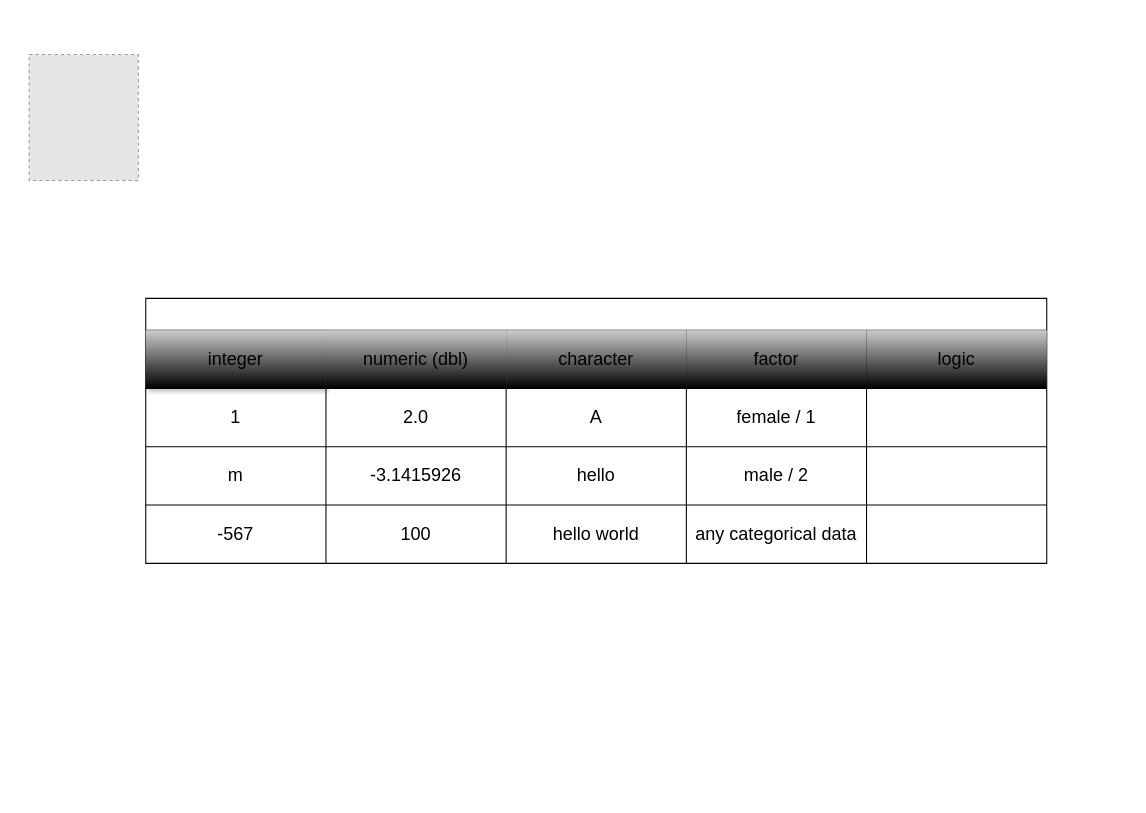
The draw.io diagram drawio/R-data-table-illustration.drawio in oceanumeric/data-science-go-small, before the edit. Source tidied: cells renumbered, new cells numbered last; positions are measured from the earlier drawing's top-left corner, leaving out a move shared by most shapes. Both pictures are drawn from the tidied source at 106%, with x=0, y=0 at pixel (29, 54). Pictures stored in the file or linked from it are replaced by grey dashed boxes.
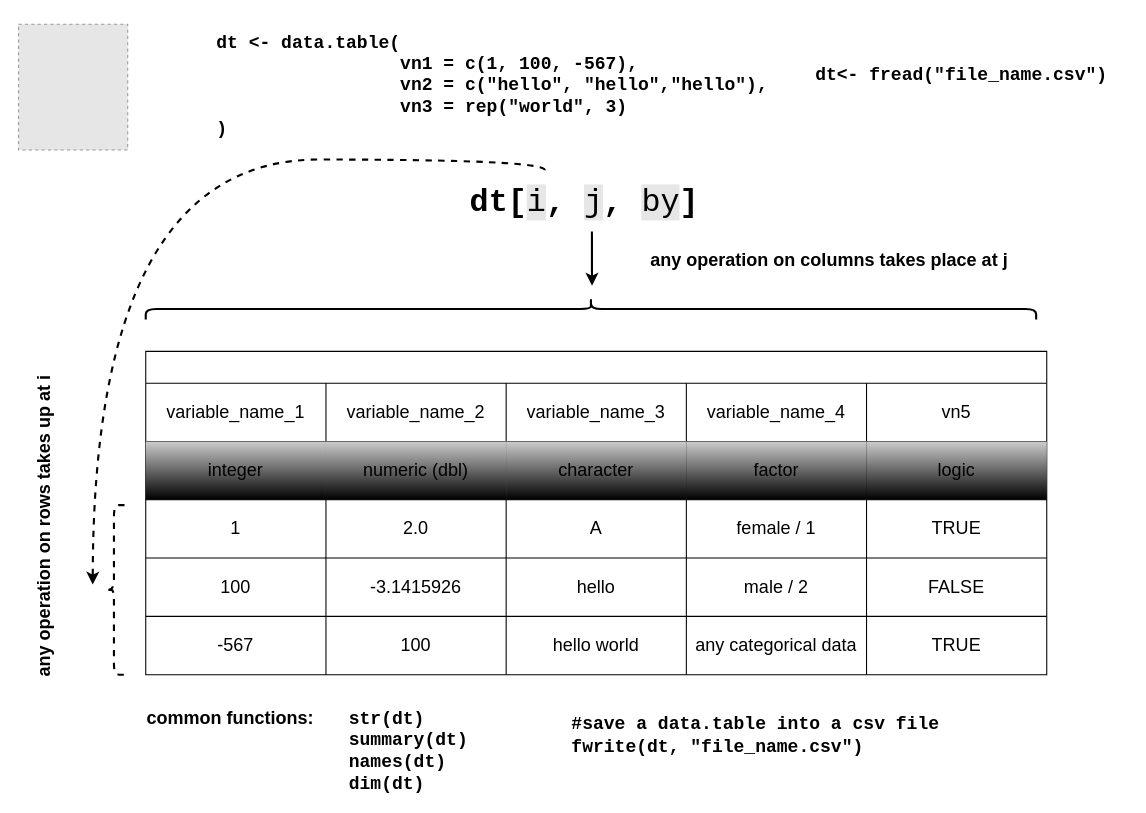
The same diagram, later.

Change to the diagram source:
```diff
@@
     <mxCell id="2" style="fillColor=#E6E6E6;strokeColor=#999999;dashed=1;verticalLabelPosition=bottom;verticalAlign=top;" parent="1" vertex="1">
-      <mxGeometry width="103" height="118.7" as="geometry" />
+      <mxGeometry x="-10" y="-28.7" width="103" height="118.7" as="geometry" />
     </mxCell>
-    <mxCell id="3" value="data.table" style="shape=table;startSize=30;childLayout=tableLayout;fontStyle=1;align=center;fillStyle=auto;gradientColor=none;fillColor=default;swimlaneLine=1;strokeColor=#000000;fontSize=23;fontColor=#FFFFFF;" parent="1" vertex="1">
-      <mxGeometry x="110" y="230" width="850" height="250" as="geometry" />
+    <mxCell id="3" value="dt" style="shape=table;startSize=30;childLayout=tableLayout;fontStyle=1;align=center;fillStyle=auto;gradientColor=none;fillColor=default;swimlaneLine=1;strokeColor=#000000;fontSize=23;fontColor=#FFFFFF;" parent="1" vertex="1">
+      <mxGeometry x="110" y="280" width="850" height="305" as="geometry" />
     </mxCell>
+    <mxCell id="28" style="shape=tableRow;horizontal=0;startSize=0;swimlaneHead=0;swimlaneBody=0;top=0;left=0;bottom=0;right=0;fillColor=none;fillStyle=auto;fontSize=17;fontColor=#000000;" parent="3" vertex="1">
+      <mxGeometry y="30" width="850" height="55" as="geometry" />
+    </mxCell>
+    <mxCell id="29" value="variable_name_1" style="shape=partialRectangle;html=1;whiteSpace=wrap;fillColor=none;top=0;left=0;bottom=0;right=0;overflow=hidden;fillStyle=auto;fontSize=17;shadow=1;gradientColor=default;fontColor=#000000;" parent="28" vertex="1">
+      <mxGeometry width="170" height="55" as="geometry" />
+    </mxCell>
+    <mxCell id="30" value="variable_name_2" style="shape=partialRectangle;html=1;whiteSpace=wrap;fillColor=none;top=0;left=0;bottom=0;right=0;overflow=hidden;fillStyle=auto;fontColor=#000000;fontSize=17;gradientColor=default;" parent="28" vertex="1">
+      <mxGeometry x="170" width="170" height="55" as="geometry" />
+    </mxCell>
+    <mxCell id="31" value="variable_name_3" style="shape=partialRectangle;html=1;whiteSpace=wrap;fillColor=none;top=0;left=0;bottom=0;right=0;overflow=hidden;fillStyle=auto;fontColor=#000000;fontSize=17;gradientColor=default;" parent="28" vertex="1">
+      <mxGeometry x="340" width="170" height="55" as="geometry" />
+    </mxCell>
+    <mxCell id="32" value="variable_name_4" style="shape=partialRectangle;html=1;whiteSpace=wrap;fillColor=none;top=0;left=0;bottom=0;right=0;overflow=hidden;fillStyle=auto;fontSize=17;fontColor=#000000;gradientColor=default;" parent="28" vertex="1">
+      <mxGeometry x="510" width="170" height="55" as="geometry" />
+    </mxCell>
+    <mxCell id="33" value="vn5" style="shape=partialRectangle;html=1;whiteSpace=wrap;fillColor=none;top=0;left=0;bottom=0;right=0;overflow=hidden;fillStyle=auto;fontSize=17;fontColor=#000000;gradientColor=default;" parent="28" vertex="1">
+      <mxGeometry x="680" width="170" height="55" as="geometry" />
+    </mxCell>
     <mxCell id="4" style="shape=tableRow;horizontal=0;startSize=0;swimlaneHead=0;swimlaneBody=0;top=0;left=0;bottom=0;right=0;fillColor=none;fillStyle=auto;fontSize=17;fontColor=#000000;" parent="3" vertex="1">
-      <mxGeometry y="30" width="850" height="55" as="geometry" />
+      <mxGeometry y="85" width="850" height="55" as="geometry" />
     </mxCell>
-    <mxCell id="5" value="&lt;font color=&quot;#000000&quot; style=&quot;font-size: 17px;&quot;&gt;integer&lt;/font&gt;" style="shape=partialRectangle;html=1;whiteSpace=wrap;fillColor=#CCCCCC;top=0;left=0;bottom=0;right=0;overflow=hidden;fillStyle=auto;fontSize=17;shadow=1;gradientColor=default;" parent="4" vertex="1">
+    <mxCell id="5" value="&lt;font color=&quot;#000000&quot; style=&quot;font-size: 17px;&quot;&gt;integer&lt;/font&gt;" style="shape=partialRectangle;html=1;whiteSpace=wrap;fillColor=#CCCCCC;top=0;left=0;bottom=0;right=0;overflow=hidden;fillStyle=auto;fontSize=17;shadow=0;gradientColor=default;strokeColor=default;" parent="4" vertex="1">
       <mxGeometry width="170" height="55" as="geometry" />
     </mxCell>
@@
     <mxCell id="10" style="shape=tableRow;horizontal=0;startSize=0;swimlaneHead=0;swimlaneBody=0;top=0;left=0;bottom=0;right=0;fillColor=none;fillStyle=auto;fontColor=#000000;fontSize=17;" parent="3" vertex="1">
-      <mxGeometry y="85" width="850" height="55" as="geometry" />
+      <mxGeometry y="140" width="850" height="55" as="geometry" />
     </mxCell>
@@
-    <mxCell id="15" style="shape=partialRectangle;html=1;whiteSpace=wrap;fillColor=none;top=0;left=0;bottom=0;right=0;overflow=hidden;fillStyle=auto;" parent="10" vertex="1">
+    <mxCell id="15" value="TRUE" style="shape=partialRectangle;html=1;whiteSpace=wrap;fillColor=none;top=0;left=0;bottom=0;right=0;overflow=hidden;fillStyle=auto;fontSize=17;fontColor=#000000;" parent="10" vertex="1">
       <mxGeometry x="680" width="170" height="55" as="geometry" />
     </mxCell>
     <mxCell id="16" style="shape=tableRow;horizontal=0;startSize=0;swimlaneHead=0;swimlaneBody=0;top=0;left=0;bottom=0;right=0;fillColor=none;fillStyle=auto;" parent="3" vertex="1">
-      <mxGeometry y="140" width="850" height="55" as="geometry" />
+      <mxGeometry y="195" width="850" height="55" as="geometry" />
     </mxCell>
-    <mxCell id="17" value="m" style="shape=partialRectangle;html=1;whiteSpace=wrap;fillColor=none;top=0;left=0;bottom=0;right=0;overflow=hidden;fillStyle=auto;fontColor=#000000;fontSize=17;" parent="16" vertex="1">
+    <mxCell id="17" value="100" style="shape=partialRectangle;html=1;whiteSpace=wrap;fillColor=none;top=0;left=0;bottom=0;right=0;overflow=hidden;fillStyle=auto;fontColor=#000000;fontSize=17;" parent="16" vertex="1">
       <mxGeometry width="170" height="55" as="geometry" />
     </mxCell>
@@
-    <mxCell id="21" style="shape=partialRectangle;html=1;whiteSpace=wrap;fillColor=none;top=0;left=0;bottom=0;right=0;overflow=hidden;fillStyle=auto;fontColor=#000000;fontSize=17;" parent="16" vertex="1">
+    <mxCell id="21" value="FALSE" style="shape=partialRectangle;html=1;whiteSpace=wrap;fillColor=none;top=0;left=0;bottom=0;right=0;overflow=hidden;fillStyle=auto;fontColor=#000000;fontSize=17;" parent="16" vertex="1">
       <mxGeometry x="680" width="170" height="55" as="geometry" />
     </mxCell>
     <mxCell id="22" style="shape=tableRow;horizontal=0;startSize=0;swimlaneHead=0;swimlaneBody=0;top=0;left=0;bottom=0;right=0;fillColor=none;fillStyle=auto;" parent="3" vertex="1">
-      <mxGeometry y="195" width="850" height="55" as="geometry" />
+      <mxGeometry y="250" width="850" height="55" as="geometry" />
     </mxCell>
@@
-    <mxCell id="27" style="shape=partialRectangle;html=1;whiteSpace=wrap;fillColor=none;top=0;left=0;bottom=0;right=0;overflow=hidden;fillStyle=auto;fontColor=#000000;fontSize=17;" parent="22" vertex="1">
+    <mxCell id="27" value="TRUE" style="shape=partialRectangle;html=1;whiteSpace=wrap;fillColor=none;top=0;left=0;bottom=0;right=0;overflow=hidden;fillStyle=auto;fontColor=#000000;fontSize=17;" parent="22" vertex="1">
       <mxGeometry x="680" width="170" height="55" as="geometry" />
     </mxCell>
+    <mxCell id="34" value="dt &amp;lt;- data.table(&lt;br&gt;&lt;span style=&quot;white-space: pre;&quot;&gt;&#9;&lt;/span&gt;&lt;span style=&quot;white-space: pre;&quot;&gt;&#9;&lt;/span&gt;&amp;nbsp;vn1 = c(1, 100, -567),&lt;br&gt;&lt;span style=&quot;white-space: pre;&quot;&gt;&#9;&lt;/span&gt;&amp;nbsp;&lt;span style=&quot;white-space: pre;&quot;&gt;&#9;&lt;/span&gt;&amp;nbsp;vn2 = c(&quot;hello&quot;, &quot;hello&quot;,&quot;hello&quot;),&lt;br&gt;&lt;span style=&quot;white-space: pre;&quot;&gt;&#9;&lt;/span&gt;&lt;span style=&quot;white-space: pre;&quot;&gt;&#9;&lt;/span&gt;&amp;nbsp;vn3 = rep(&quot;world&quot;, 3)&lt;br&gt;)" style="text;html=1;strokeColor=none;fillColor=none;align=left;verticalAlign=middle;whiteSpace=wrap;rounded=0;shadow=1;sketch=0;fillStyle=auto;fontSize=17;fontColor=#000000;fontFamily=Courier New;fontStyle=1;" parent="1" vertex="1">
+      <mxGeometry x="175" y="-30" width="605" height="120" as="geometry" />
+    </mxCell>
+    <mxCell id="35" value="dt&amp;lt;- fread(&quot;file_name.csv&quot;)" style="text;html=1;strokeColor=none;fillColor=none;align=left;verticalAlign=middle;whiteSpace=wrap;rounded=0;shadow=1;sketch=0;fillStyle=auto;fontSize=17;fontColor=#000000;fontFamily=Courier New;fontStyle=1;" parent="1" vertex="1">
+      <mxGeometry x="740" y="-10" width="290" height="60" as="geometry" />
+    </mxCell>
+    <mxCell id="36" style="edgeStyle=orthogonalEdgeStyle;curved=1;html=1;exitX=0.25;exitY=0;exitDx=0;exitDy=0;strokeColor=#000000;strokeWidth=2;fontFamily=Courier New;fontSize=30;fontColor=#000000;elbow=vertical;dashed=1;" parent="1" edge="1" source="37">
+      <mxGeometry relative="1" as="geometry">
+        <mxPoint x="60" y="500" as="targetPoint" />
+      </mxGeometry>
+    </mxCell>
+    <mxCell id="37" value="dt[&lt;span style=&quot;font-weight: normal; background-color: rgb(230, 230, 230);&quot;&gt;i&lt;/span&gt;, &lt;span style=&quot;font-weight: normal; background-color: rgb(230, 230, 230);&quot;&gt;j&lt;/span&gt;,&lt;span style=&quot;font-weight: normal;&quot;&gt; &lt;span style=&quot;background-color: rgb(230, 230, 230);&quot;&gt;by&lt;/span&gt;&lt;/span&gt;]" style="text;html=1;strokeColor=none;fillColor=none;align=left;verticalAlign=middle;whiteSpace=wrap;rounded=0;shadow=1;sketch=0;fillStyle=auto;fontSize=30;fontColor=#000000;fontFamily=Courier New;fontStyle=1;" parent="1" vertex="1">
+      <mxGeometry x="414" y="109" width="290" height="60" as="geometry" />
+    </mxCell>
+    <mxCell id="38" style="shape=curlyBracket;whiteSpace=wrap;html=1;rounded=1;labelPosition=left;verticalLabelPosition=middle;align=right;verticalAlign=middle;shadow=0;sketch=0;fillStyle=auto;strokeColor=#000000;fontFamily=Courier New;fontSize=30;fontColor=#000000;fillColor=none;gradientColor=default;strokeWidth=2;dashed=1;" parent="1" vertex="1">
+      <mxGeometry x="70" y="425" width="20" height="160" as="geometry" />
+    </mxCell>
+    <mxCell id="39" style="shape=curlyBracket;whiteSpace=wrap;html=1;rounded=1;labelPosition=left;verticalLabelPosition=middle;align=right;verticalAlign=middle;shadow=0;sketch=0;fillStyle=auto;strokeColor=#000000;fontFamily=Courier New;fontSize=30;fontColor=#000000;fillColor=none;gradientColor=default;strokeWidth=2;direction=south;" parent="1" vertex="1">
+      <mxGeometry x="110" y="230" width="840" height="20" as="geometry" />
+    </mxCell>
+    <mxCell id="40" style="endArrow=classic;html=1;strokeColor=#000000;strokeWidth=2;fontFamily=Courier New;fontSize=30;fontColor=#000000;curved=1;elbow=vertical;sourcePerimeterSpacing=-2;exitX=0.41;exitY=1.083;exitDx=0;exitDy=0;exitPerimeter=0;" parent="1" edge="1">
+      <mxGeometry relative="1" as="geometry">
+        <mxPoint x="530.9" y="167" as="sourcePoint" />
+        <mxPoint x="531" y="218" as="targetPoint" />
+      </mxGeometry>
+    </mxCell>
+    <mxCell id="41" value="any operation on columns takes place at j" style="text;html=1;strokeColor=none;fillColor=none;align=center;verticalAlign=middle;whiteSpace=wrap;rounded=0;shadow=0;labelBackgroundColor=none;sketch=0;fillStyle=auto;strokeWidth=2;fontFamily=Helvetica;fontSize=17;fontColor=#000000;fontStyle=1;" parent="1" vertex="1">
+      <mxGeometry x="560" y="180" width="390" height="30" as="geometry" />
+    </mxCell>
+    <mxCell id="42" value="any operation on rows takes up at i" style="text;html=1;strokeColor=none;fillColor=none;align=center;verticalAlign=middle;whiteSpace=wrap;rounded=0;shadow=0;labelBackgroundColor=none;sketch=0;fillStyle=auto;strokeWidth=2;fontFamily=Helvetica;fontSize=17;fontColor=#000000;fontStyle=1;direction=south;horizontal=0;" parent="1" vertex="1">
+      <mxGeometry y="250" width="30" height="390" as="geometry" />
+    </mxCell>
+    <mxCell id="43" value="str(dt)&lt;br&gt;summary(dt)&lt;br&gt;names(dt)&lt;br&gt;dim(dt)" style="text;html=1;strokeColor=none;fillColor=none;align=left;verticalAlign=middle;whiteSpace=wrap;rounded=0;shadow=1;sketch=0;fillStyle=auto;fontSize=17;fontColor=#000000;fontFamily=Courier New;fontStyle=1;" parent="1" vertex="1">
+      <mxGeometry x="300" y="628" width="290" height="60" as="geometry" />
+    </mxCell>
+    <mxCell id="44" value="common functions:" style="text;html=1;strokeColor=none;fillColor=none;align=center;verticalAlign=middle;whiteSpace=wrap;rounded=0;shadow=0;labelBackgroundColor=none;sketch=0;fillStyle=auto;strokeWidth=2;fontFamily=Helvetica;fontSize=17;fontColor=#000000;fontStyle=1;" parent="1" vertex="1">
+      <mxGeometry x="80" y="612" width="220" height="30" as="geometry" />
+    </mxCell>
+    <mxCell id="45" value="#save a data.table into a csv file&lt;br&gt;fwrite(dt, &quot;file_name.csv&quot;)&amp;nbsp; &amp;nbsp;" style="text;html=1;strokeColor=none;fillColor=none;align=left;verticalAlign=middle;whiteSpace=wrap;rounded=0;shadow=1;sketch=0;fillStyle=auto;fontSize=17;fontColor=#000000;fontFamily=Courier New;fontStyle=1;" parent="1" vertex="1">
+      <mxGeometry x="510" y="610" width="430" height="65" as="geometry" />
+    </mxCell>
```
